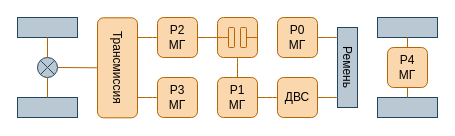
Above: page "PP" (2 of 8) of НИРС1/ТипологияГибрида.drawio in IbrahimDzheby/Diplom (draw.io), before the change. Source tidied: cells renumbered, new cells numbered last; positions are measured from the earlier drawing's top-left corner, leaving out a move shared by most shapes. Both pictures are drawn from the tidied source at 100%, with x=0, y=0 at pixel (17, 17).
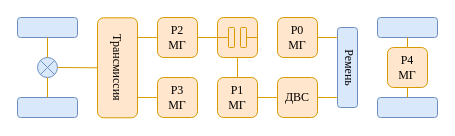
Above is the later version.

What changed in the source:
```diff
@@
-    <mxCell id="2" value="P0&lt;div&gt;МГ&lt;/div&gt;" style="rounded=1;whiteSpace=wrap;html=1;fillColor=#fad7ac;strokeColor=#b46504;rotation=0;" parent="1" vertex="1">
+    <mxCell id="2" value="P0&lt;div&gt;МГ&lt;/div&gt;" style="rounded=1;whiteSpace=wrap;html=1;fillColor=#ffe6cc;strokeColor=#d79b00;rotation=0;fontFamily=Times New Roman;" parent="1" vertex="1">
       <mxGeometry x="260" width="40" height="40" as="geometry" />
     </mxCell>
-    <mxCell id="3" value="ДВС" style="rounded=1;whiteSpace=wrap;html=1;fillColor=#fad7ac;strokeColor=#b46504;rotation=0;" parent="1" vertex="1">
+    <mxCell id="3" value="ДВС" style="rounded=1;whiteSpace=wrap;html=1;fillColor=#ffe6cc;strokeColor=#d79b00;rotation=0;fontFamily=Times New Roman;" parent="1" vertex="1">
       <mxGeometry x="260" y="60" width="40" height="40" as="geometry" />
     </mxCell>
-    <mxCell id="4" style="rounded=0;whiteSpace=wrap;html=1;fillColor=#bac8d3;strokeColor=#23445d;rotation=-180;" parent="1" vertex="1">
+    <mxCell id="4" style="rounded=1;whiteSpace=wrap;html=1;fillColor=#dae8fc;strokeColor=#6c8ebf;rotation=-180;fontFamily=Times New Roman;" parent="1" vertex="1">
       <mxGeometry y="80" width="60" height="20" as="geometry" />
     </mxCell>
-    <mxCell id="5" style="rounded=0;whiteSpace=wrap;html=1;fillColor=#bac8d3;strokeColor=#23445d;rotation=-180;" parent="1" vertex="1">
+    <mxCell id="5" style="rounded=1;whiteSpace=wrap;html=1;fillColor=#dae8fc;strokeColor=#6c8ebf;rotation=-180;fontFamily=Times New Roman;" parent="1" vertex="1">
       <mxGeometry width="60" height="20" as="geometry" />
     </mxCell>
-    <mxCell id="6" value="Ремень" style="rounded=0;whiteSpace=wrap;html=1;fillColor=#bac8d3;strokeColor=#23445d;horizontal=0;rotation=-180;" parent="1" vertex="1">
+    <mxCell id="6" value="Ремень" style="rounded=1;whiteSpace=wrap;html=1;fillColor=#dae8fc;strokeColor=#6c8ebf;horizontal=0;rotation=-180;fontFamily=Times New Roman;spacingBottom=3;" parent="1" vertex="1">
       <mxGeometry x="320" y="10" width="20" height="80" as="geometry" />
     </mxCell>
-    <mxCell id="7" value="P1&lt;div&gt;МГ&lt;/div&gt;" style="rounded=1;whiteSpace=wrap;html=1;fillColor=#fad7ac;strokeColor=#b46504;rotation=0;" parent="1" vertex="1">
+    <mxCell id="7" value="P1&lt;div&gt;МГ&lt;/div&gt;" style="rounded=1;whiteSpace=wrap;html=1;fillColor=#ffe6cc;strokeColor=#d79b00;rotation=0;fontFamily=Times New Roman;" parent="1" vertex="1">
       <mxGeometry x="200" y="60" width="40" height="40" as="geometry" />
     </mxCell>
-    <mxCell id="8" value="P2&lt;div&gt;МГ&lt;/div&gt;" style="rounded=1;whiteSpace=wrap;html=1;fillColor=#fad7ac;strokeColor=#b46504;rotation=0;" parent="1" vertex="1">
+    <mxCell id="8" value="P2&lt;div&gt;МГ&lt;/div&gt;" style="rounded=1;whiteSpace=wrap;html=1;fillColor=#ffe6cc;strokeColor=#d79b00;rotation=0;fontFamily=Times New Roman;" parent="1" vertex="1">
       <mxGeometry x="140" width="40" height="40" as="geometry" />
     </mxCell>
-    <mxCell id="9" value="P3&lt;div&gt;МГ&lt;/div&gt;" style="rounded=1;whiteSpace=wrap;html=1;fillColor=#fad7ac;strokeColor=#b46504;rotation=0;direction=south;" parent="1" vertex="1">
+    <mxCell id="9" value="P3&lt;div&gt;МГ&lt;/div&gt;" style="rounded=1;whiteSpace=wrap;html=1;fillColor=#ffe6cc;strokeColor=#d79b00;rotation=0;direction=south;fontFamily=Times New Roman;" parent="1" vertex="1">
       <mxGeometry x="140" y="60" width="40" height="40" as="geometry" />
     </mxCell>
-    <mxCell id="10" style="ellipse;whiteSpace=wrap;html=1;fillColor=#bac8d3;strokeColor=#23445d;rotation=-180;" parent="1" vertex="1">
+    <mxCell id="10" style="ellipse;whiteSpace=wrap;html=1;fillColor=#dae8fc;strokeColor=#6c8ebf;rotation=-180;fontFamily=Times New Roman;" parent="1" vertex="1">
       <mxGeometry x="20" y="40" width="20" height="20" as="geometry" />
     </mxCell>
-    <mxCell id="11" style="endArrow=none;html=1;rounded=0;fontSize=12;startSize=8;endSize=8;curved=1;entryX=1;entryY=0;entryDx=0;entryDy=0;exitX=0;exitY=1;exitDx=0;exitDy=0;fillColor=#bac8d3;strokeColor=#23445d;" parent="1" edge="1" source="10" target="10">
+    <mxCell id="11" style="endArrow=none;html=1;rounded=0;fontSize=12;startSize=8;endSize=8;curved=1;entryX=1;entryY=0;entryDx=0;entryDy=0;exitX=0;exitY=1;exitDx=0;exitDy=0;fillColor=#dae8fc;strokeColor=#6c8ebf;fontFamily=Times New Roman;" parent="1" edge="1" source="10" target="10">
       <mxGeometry relative="1" as="geometry" />
     </mxCell>
-    <mxCell id="12" style="endArrow=none;html=1;rounded=0;fontSize=12;startSize=8;endSize=8;curved=1;entryX=0;entryY=0;entryDx=0;entryDy=0;exitX=1;exitY=1;exitDx=0;exitDy=0;fillColor=#bac8d3;strokeColor=#23445d;" parent="1" edge="1" source="10" target="10">
+    <mxCell id="12" style="endArrow=none;html=1;rounded=0;fontSize=12;startSize=8;endSize=8;curved=1;entryX=0;entryY=0;entryDx=0;entryDy=0;exitX=1;exitY=1;exitDx=0;exitDy=0;fillColor=#dae8fc;strokeColor=#6c8ebf;fontFamily=Times New Roman;" parent="1" edge="1" source="10" target="10">
       <mxGeometry relative="1" as="geometry" />
     </mxCell>
-    <mxCell id="13" style="endArrow=none;html=1;rounded=0;entryX=0;entryY=0.5;entryDx=0;entryDy=0;fillColor=#fad7ac;strokeColor=#b46504;exitX=1;exitY=0.5;exitDx=0;exitDy=0;" parent="1" edge="1" source="16" target="10">
+    <mxCell id="13" style="endArrow=none;html=1;rounded=0;entryX=0;entryY=0.5;entryDx=0;entryDy=0;fillColor=#ffe6cc;strokeColor=#d79b00;exitX=1;exitY=0.5;exitDx=0;exitDy=0;fontFamily=Times New Roman;" parent="1" edge="1" source="16" target="10">
       <mxGeometry relative="1" as="geometry" />
     </mxCell>
-    <mxCell id="14" style="endArrow=none;html=1;rounded=0;entryX=0.5;entryY=1;entryDx=0;entryDy=0;exitX=0.5;exitY=0;exitDx=0;exitDy=0;fillColor=#fad7ac;strokeColor=#b46504;" parent="1" edge="1" source="10" target="4">
+    <mxCell id="14" style="endArrow=none;html=1;rounded=0;entryX=0.5;entryY=1;entryDx=0;entryDy=0;exitX=0.5;exitY=0;exitDx=0;exitDy=0;fillColor=#ffe6cc;strokeColor=#d79b00;fontFamily=Times New Roman;" parent="1" edge="1" source="10" target="4">
       <mxGeometry relative="1" as="geometry" />
     </mxCell>
-    <mxCell id="15" style="endArrow=none;html=1;rounded=0;entryX=0.5;entryY=1;entryDx=0;entryDy=0;exitX=0.5;exitY=0;exitDx=0;exitDy=0;fillColor=#fad7ac;strokeColor=#b46504;" parent="1" edge="1" source="5" target="10">
+    <mxCell id="15" style="endArrow=none;html=1;rounded=0;entryX=0.5;entryY=1;entryDx=0;entryDy=0;exitX=0.5;exitY=0;exitDx=0;exitDy=0;fillColor=#ffe6cc;strokeColor=#d79b00;fontFamily=Times New Roman;" parent="1" edge="1" source="5" target="10">
       <mxGeometry relative="1" as="geometry" />
     </mxCell>
-    <mxCell id="16" value="Трансмиссия" style="rounded=1;whiteSpace=wrap;html=1;fillColor=#fad7ac;strokeColor=#b46504;verticalAlign=middle;horizontal=0;rotation=-180;" parent="1" vertex="1">
+    <mxCell id="16" value="Трансмиссия" style="rounded=1;whiteSpace=wrap;html=1;fillColor=#ffe6cc;strokeColor=#d79b00;verticalAlign=middle;horizontal=0;rotation=-180;fontFamily=Times New Roman;" parent="1" vertex="1">
       <mxGeometry x="80" y="0.3" width="40" height="100" as="geometry" />
     </mxCell>
-    <mxCell id="17" style="endArrow=none;html=1;rounded=0;fontSize=12;startSize=8;endSize=8;curved=1;exitX=1;exitY=0.5;exitDx=0;exitDy=0;entryX=0;entryY=0.5;entryDx=0;entryDy=0;fillColor=#fad7ac;strokeColor=#b46504;" parent="1" edge="1">
+    <mxCell id="17" style="endArrow=none;html=1;rounded=0;fontSize=12;startSize=8;endSize=8;curved=1;exitX=1;exitY=0.5;exitDx=0;exitDy=0;entryX=0;entryY=0.5;entryDx=0;entryDy=0;fillColor=#ffe6cc;strokeColor=#d79b00;fontFamily=Times New Roman;" parent="1" edge="1">
       <mxGeometry relative="1" as="geometry">
         <mxPoint x="320" y="20" as="sourcePoint" />
         <mxPoint x="300" y="20" as="targetPoint" />
       </mxGeometry>
     </mxCell>
-    <mxCell id="18" style="group;" parent="1" vertex="1">
-      <mxGeometry x="200" width="40" height="40" as="geometry" />
-    </mxCell>
-    <mxCell id="19" style="rounded=1;whiteSpace=wrap;html=1;fillColor=#fad7ac;strokeColor=#b46504;rotation=-180;" parent="18" vertex="1">
-      <mxGeometry width="40" height="40" as="geometry" />
-    </mxCell>
-    <mxCell id="20" style="rounded=1;whiteSpace=wrap;html=1;fillColor=#fad7ac;strokeColor=#b46504;rotation=-180;" parent="18" vertex="1">
-      <mxGeometry x="11" y="10" width="6" height="20" as="geometry" />
-    </mxCell>
-    <mxCell id="21" style="endArrow=none;html=1;rounded=0;fontSize=12;startSize=8;endSize=8;curved=1;exitX=0;exitY=0.5;exitDx=0;exitDy=0;entryX=0;entryY=0.5;entryDx=0;entryDy=0;fillColor=#fad7ac;strokeColor=#b46504;" parent="18" edge="1" source="19" target="23">
-      <mxGeometry relative="1" as="geometry" />
-    </mxCell>
-    <mxCell id="22" style="endArrow=none;html=1;rounded=0;fontSize=12;startSize=8;endSize=8;curved=1;exitX=1;exitY=0.5;exitDx=0;exitDy=0;entryX=1;entryY=0.5;entryDx=0;entryDy=0;fillColor=#fad7ac;strokeColor=#b46504;" parent="18" edge="1" source="20" target="19">
-      <mxGeometry relative="1" as="geometry" />
-    </mxCell>
-    <mxCell id="23" style="rounded=1;whiteSpace=wrap;html=1;fillColor=#fad7ac;strokeColor=#b46504;rotation=-180;" parent="18" vertex="1">
-      <mxGeometry x="23" y="10" width="6" height="20" as="geometry" />
-    </mxCell>
-    <mxCell id="24" style="endArrow=none;html=1;rounded=0;fontSize=12;startSize=8;endSize=8;curved=1;exitX=1;exitY=0.5;exitDx=0;exitDy=0;entryX=0;entryY=0.5;entryDx=0;entryDy=0;fillColor=#fad7ac;strokeColor=#b46504;" parent="1" edge="1">
+    <mxCell id="24" style="endArrow=none;html=1;rounded=0;fontSize=12;startSize=8;endSize=8;curved=1;exitX=1;exitY=0.5;exitDx=0;exitDy=0;entryX=0;entryY=0.5;entryDx=0;entryDy=0;fillColor=#ffe6cc;strokeColor=#d79b00;fontFamily=Times New Roman;" parent="1" edge="1">
       <mxGeometry relative="1" as="geometry">
         <mxPoint x="320" y="80" as="sourcePoint" />
         <mxPoint x="300" y="80" as="targetPoint" />
       </mxGeometry>
     </mxCell>
-    <mxCell id="25" style="endArrow=none;html=1;rounded=0;fontSize=12;startSize=8;endSize=8;curved=1;exitX=0.5;exitY=0;exitDx=0;exitDy=0;entryX=0.5;entryY=0;entryDx=0;entryDy=0;fillColor=#fad7ac;strokeColor=#b46504;" parent="1" edge="1" source="19" target="7">
+    <mxCell id="25" style="endArrow=none;html=1;rounded=0;fontSize=12;startSize=8;endSize=8;curved=1;exitX=0.5;exitY=0;exitDx=0;exitDy=0;entryX=0.5;entryY=0;entryDx=0;entryDy=0;fillColor=#ffe6cc;strokeColor=#d79b00;fontFamily=Times New Roman;" parent="1" edge="1" source="19" target="7">
       <mxGeometry relative="1" as="geometry" />
     </mxCell>
-    <mxCell id="26" style="endArrow=none;html=1;rounded=0;fontSize=12;startSize=8;endSize=8;curved=1;exitX=1;exitY=0.5;exitDx=0;exitDy=0;entryX=1;entryY=0.5;entryDx=0;entryDy=0;fillColor=#fad7ac;strokeColor=#b46504;" parent="1" edge="1" source="19" target="8">
+    <mxCell id="26" style="endArrow=none;html=1;rounded=0;fontSize=12;startSize=8;endSize=8;curved=1;exitX=1;exitY=0.5;exitDx=0;exitDy=0;entryX=1;entryY=0.5;entryDx=0;entryDy=0;fillColor=#ffe6cc;strokeColor=#d79b00;fontFamily=Times New Roman;" parent="1" edge="1" source="19" target="8">
       <mxGeometry relative="1" as="geometry" />
     </mxCell>
-    <mxCell id="27" style="endArrow=none;html=1;rounded=0;fontSize=12;startSize=8;endSize=8;curved=1;exitX=1;exitY=0.5;exitDx=0;exitDy=0;entryX=0;entryY=0.5;entryDx=0;entryDy=0;fillColor=#fad7ac;strokeColor=#b46504;" parent="1" edge="1">
+    <mxCell id="27" style="endArrow=none;html=1;rounded=0;fontSize=12;startSize=8;endSize=8;curved=1;exitX=1;exitY=0.5;exitDx=0;exitDy=0;entryX=0;entryY=0.5;entryDx=0;entryDy=0;fillColor=#ffe6cc;strokeColor=#d79b00;fontFamily=Times New Roman;" parent="1" edge="1">
       <mxGeometry relative="1" as="geometry">
         <mxPoint x="140" y="80" as="sourcePoint" />
         <mxPoint x="120" y="80" as="targetPoint" />
       </mxGeometry>
     </mxCell>
-    <mxCell id="28" style="endArrow=none;html=1;rounded=0;fontSize=12;startSize=8;endSize=8;curved=1;exitX=1;exitY=0.5;exitDx=0;exitDy=0;entryX=0;entryY=0.5;entryDx=0;entryDy=0;fillColor=#fad7ac;strokeColor=#b46504;" parent="1" edge="1">
+    <mxCell id="28" style="endArrow=none;html=1;rounded=0;fontSize=12;startSize=8;endSize=8;curved=1;exitX=1;exitY=0.5;exitDx=0;exitDy=0;entryX=0;entryY=0.5;entryDx=0;entryDy=0;fillColor=#ffe6cc;strokeColor=#d79b00;fontFamily=Times New Roman;" parent="1" edge="1">
       <mxGeometry relative="1" as="geometry">
         <mxPoint x="140" y="20" as="sourcePoint" />
         <mxPoint x="120" y="20" as="targetPoint" />
       </mxGeometry>
     </mxCell>
-    <mxCell id="29" style="endArrow=none;html=1;rounded=0;fontSize=12;startSize=8;endSize=8;curved=1;exitX=1;exitY=0.5;exitDx=0;exitDy=0;entryX=0;entryY=0.5;entryDx=0;entryDy=0;fillColor=#fad7ac;strokeColor=#b46504;" parent="1" edge="1">
+    <mxCell id="29" style="endArrow=none;html=1;rounded=0;fontSize=12;startSize=8;endSize=8;curved=1;exitX=1;exitY=0.5;exitDx=0;exitDy=0;entryX=0;entryY=0.5;entryDx=0;entryDy=0;fillColor=#ffe6cc;strokeColor=#d79b00;fontFamily=Times New Roman;" parent="1" edge="1">
       <mxGeometry relative="1" as="geometry">
         <mxPoint x="260" y="80" as="sourcePoint" />
         <mxPoint x="240" y="80" as="targetPoint" />
       </mxGeometry>
     </mxCell>
-    <mxCell id="30" style="rounded=0;whiteSpace=wrap;html=1;fillColor=#bac8d3;strokeColor=#23445d;rotation=-180;" parent="1" vertex="1">
+    <mxCell id="30" style="rounded=1;whiteSpace=wrap;html=1;fillColor=#dae8fc;strokeColor=#6c8ebf;rotation=-180;fontFamily=Times New Roman;" parent="1" vertex="1">
       <mxGeometry x="360" y="80" width="60" height="20" as="geometry" />
     </mxCell>
-    <mxCell id="31" style="rounded=0;whiteSpace=wrap;html=1;fillColor=#bac8d3;strokeColor=#23445d;rotation=-180;" parent="1" vertex="1">
+    <mxCell id="31" style="rounded=1;whiteSpace=wrap;html=1;fillColor=#dae8fc;strokeColor=#6c8ebf;rotation=-180;fontFamily=Times New Roman;" parent="1" vertex="1">
       <mxGeometry x="360" width="60" height="20" as="geometry" />
     </mxCell>
-    <mxCell id="32" style="endArrow=none;html=1;rounded=0;entryX=0.5;entryY=1;entryDx=0;entryDy=0;exitX=0.5;exitY=0;exitDx=0;exitDy=0;fillColor=#fad7ac;strokeColor=#b46504;" parent="1" edge="1" target="30">
+    <mxCell id="32" style="endArrow=none;html=1;rounded=0;entryX=0.5;entryY=1;entryDx=0;entryDy=0;exitX=0.5;exitY=0;exitDx=0;exitDy=0;fillColor=#ffe6cc;strokeColor=#d79b00;fontFamily=Times New Roman;" parent="1" edge="1" target="30">
       <mxGeometry relative="1" as="geometry">
         <mxPoint x="390" y="60" as="sourcePoint" />
       </mxGeometry>
     </mxCell>
-    <mxCell id="33" style="endArrow=none;html=1;rounded=0;entryX=0.5;entryY=1;entryDx=0;entryDy=0;exitX=0.5;exitY=0;exitDx=0;exitDy=0;fillColor=#fad7ac;strokeColor=#b46504;" parent="1" edge="1" source="31">
+    <mxCell id="33" style="endArrow=none;html=1;rounded=0;entryX=0.5;entryY=1;entryDx=0;entryDy=0;exitX=0.5;exitY=0;exitDx=0;exitDy=0;fillColor=#ffe6cc;strokeColor=#d79b00;fontFamily=Times New Roman;" parent="1" edge="1" source="31">
       <mxGeometry relative="1" as="geometry">
         <mxPoint x="390" y="40" as="targetPoint" />
       </mxGeometry>
     </mxCell>
-    <mxCell id="34" value="P4&lt;div&gt;МГ&lt;/div&gt;" style="rounded=1;whiteSpace=wrap;html=1;fillColor=#fad7ac;strokeColor=#b46504;rotation=0;horizontal=1;" parent="1" vertex="1">
+    <mxCell id="34" value="P4&lt;div&gt;МГ&lt;/div&gt;" style="rounded=1;whiteSpace=wrap;html=1;fillColor=#ffe6cc;strokeColor=#d79b00;rotation=0;horizontal=1;fontFamily=Times New Roman;" parent="1" vertex="1">
       <mxGeometry x="370" y="30" width="40" height="40" as="geometry" />
     </mxCell>
+    <mxCell id="19" style="rounded=1;whiteSpace=wrap;html=1;fillColor=#ffe6cc;strokeColor=#d79b00;rotation=-180;fontFamily=Times New Roman;" parent="1" vertex="1">
+      <mxGeometry x="200" width="40" height="40" as="geometry" />
+    </mxCell>
+    <mxCell id="20" style="rounded=1;whiteSpace=wrap;html=1;fillColor=#ffe6cc;strokeColor=#d79b00;rotation=-180;fontFamily=Times New Roman;" parent="1" vertex="1">
+      <mxGeometry x="211" y="10" width="6" height="20" as="geometry" />
+    </mxCell>
+    <mxCell id="21" style="endArrow=none;html=1;rounded=0;fontSize=12;startSize=8;endSize=8;curved=1;exitX=0;exitY=0.5;exitDx=0;exitDy=0;entryX=0;entryY=0.5;entryDx=0;entryDy=0;fillColor=#ffe6cc;strokeColor=#d79b00;fontFamily=Times New Roman;" parent="1" edge="1" source="19" target="23">
+      <mxGeometry relative="1" as="geometry" />
+    </mxCell>
+    <mxCell id="22" style="endArrow=none;html=1;rounded=0;fontSize=12;startSize=8;endSize=8;curved=1;exitX=1;exitY=0.5;exitDx=0;exitDy=0;entryX=1;entryY=0.5;entryDx=0;entryDy=0;fillColor=#ffe6cc;strokeColor=#d79b00;fontFamily=Times New Roman;" parent="1" edge="1" source="20" target="19">
+      <mxGeometry relative="1" as="geometry" />
+    </mxCell>
+    <mxCell id="23" style="rounded=1;whiteSpace=wrap;html=1;fillColor=#ffe6cc;strokeColor=#d79b00;rotation=-180;fontFamily=Times New Roman;" parent="1" vertex="1">
+      <mxGeometry x="223" y="10" width="6" height="20" as="geometry" />
+    </mxCell>
```
